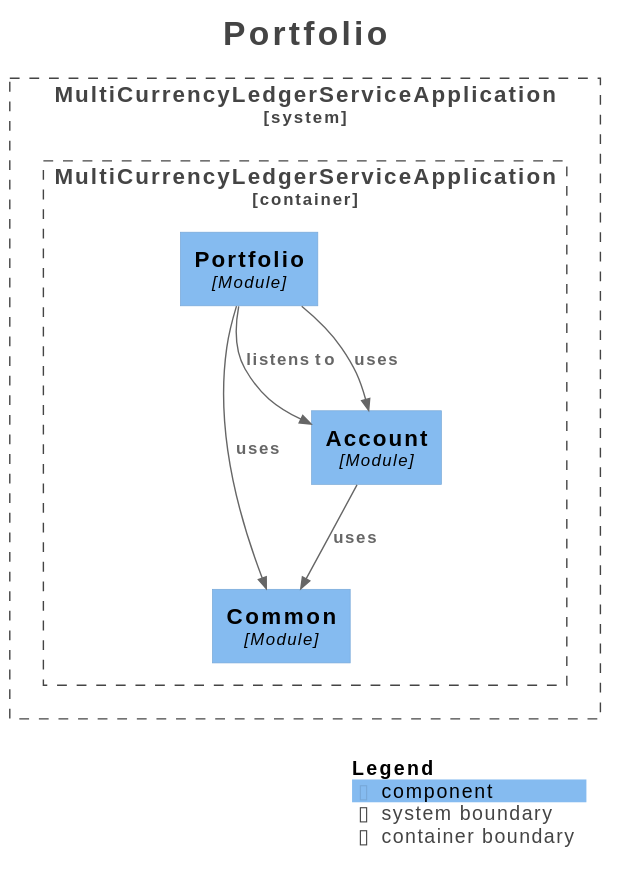
This is docs/architecture/modulith/module-portfolio.svg from RaonJena99/multi-currency-ledger-service, a PlantUML export, as it was before one commit.
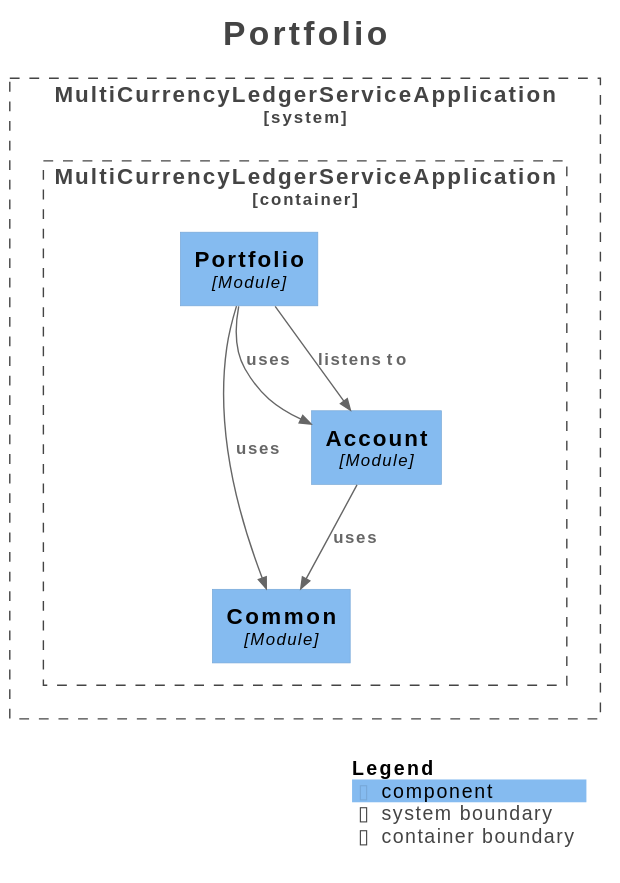
Later version of the same file.

The edit, as a diff of the source:
```diff
@@ -24,10 +24,10 @@
 
 }
 
+Rel(MultiCurrencyLedgerServiceApplication.MultiCurrencyLedgerServiceApplication.Portfolio, MultiCurrencyLedgerServiceApplication.MultiCurrencyLedgerServiceApplication.Common, "uses", $techn="", $tags="", $link="")
+Rel(MultiCurrencyLedgerServiceApplication.MultiCurrencyLedgerServiceApplication.Portfolio, MultiCurrencyLedgerServiceApplication.MultiCurrencyLedgerServiceApplication.Account, "uses", $techn="", $tags="", $link="")
 Rel(MultiCurrencyLedgerServiceApplication.MultiCurrencyLedgerServiceApplication.Account, MultiCurrencyLedgerServiceApplication.MultiCurrencyLedgerServiceApplication.Common, "uses", $techn="", $tags="", $link="")
 Rel(MultiCurrencyLedgerServiceApplication.MultiCurrencyLedgerServiceApplication.Portfolio, MultiCurrencyLedgerServiceApplication.MultiCurrencyLedgerServiceApplication.Account, "listens to", $techn="", $tags="", $link="")
-Rel(MultiCurrencyLedgerServiceApplication.MultiCurrencyLedgerServiceApplication.Portfolio, MultiCurrencyLedgerServiceApplication.MultiCurrencyLedgerServiceApplication.Common, "uses", $techn="", $tags="", $link="")
-Rel(MultiCurrencyLedgerServiceApplication.MultiCurrencyLedgerServiceApplication.Portfolio, MultiCurrencyLedgerServiceApplication.MultiCurrencyLedgerServiceApplication.Account, "uses", $techn="", $tags="", $link="")
 
 SHOW_LEGEND(true)
 hide stereotypes
```
